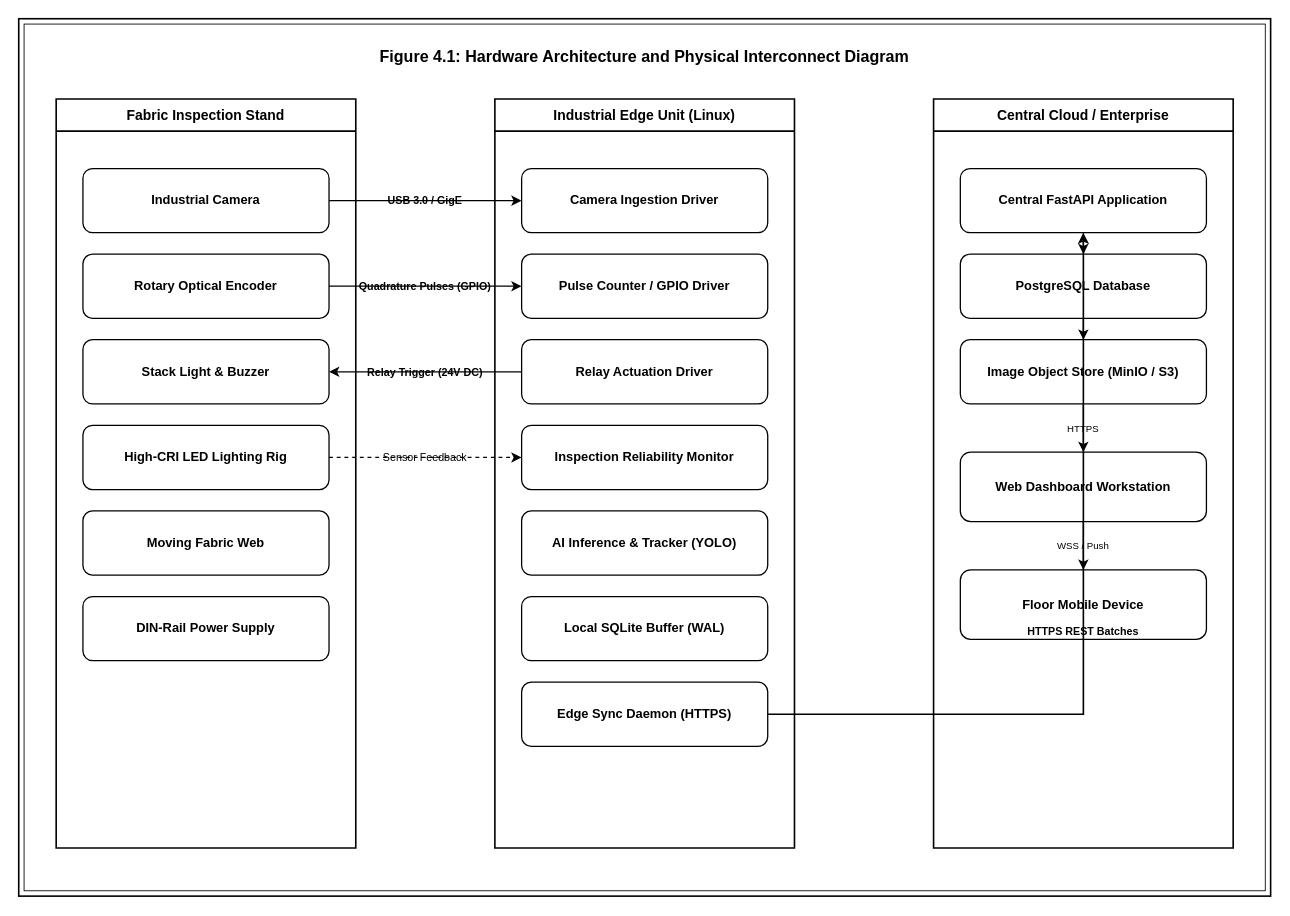
Before: diagrams/drawio/04_hardware_architecture.drawio in TheBilalButt/TexEye-AI-FYP, a draw.io diagram. Source tidied: cells renumbered, new cells numbered last; positions are measured from the earlier drawing's top-left corner, leaving out a move shared by most shapes. Both pictures are drawn from the tidied source at 107%, with x=0, y=0 at pixel (18, 18).
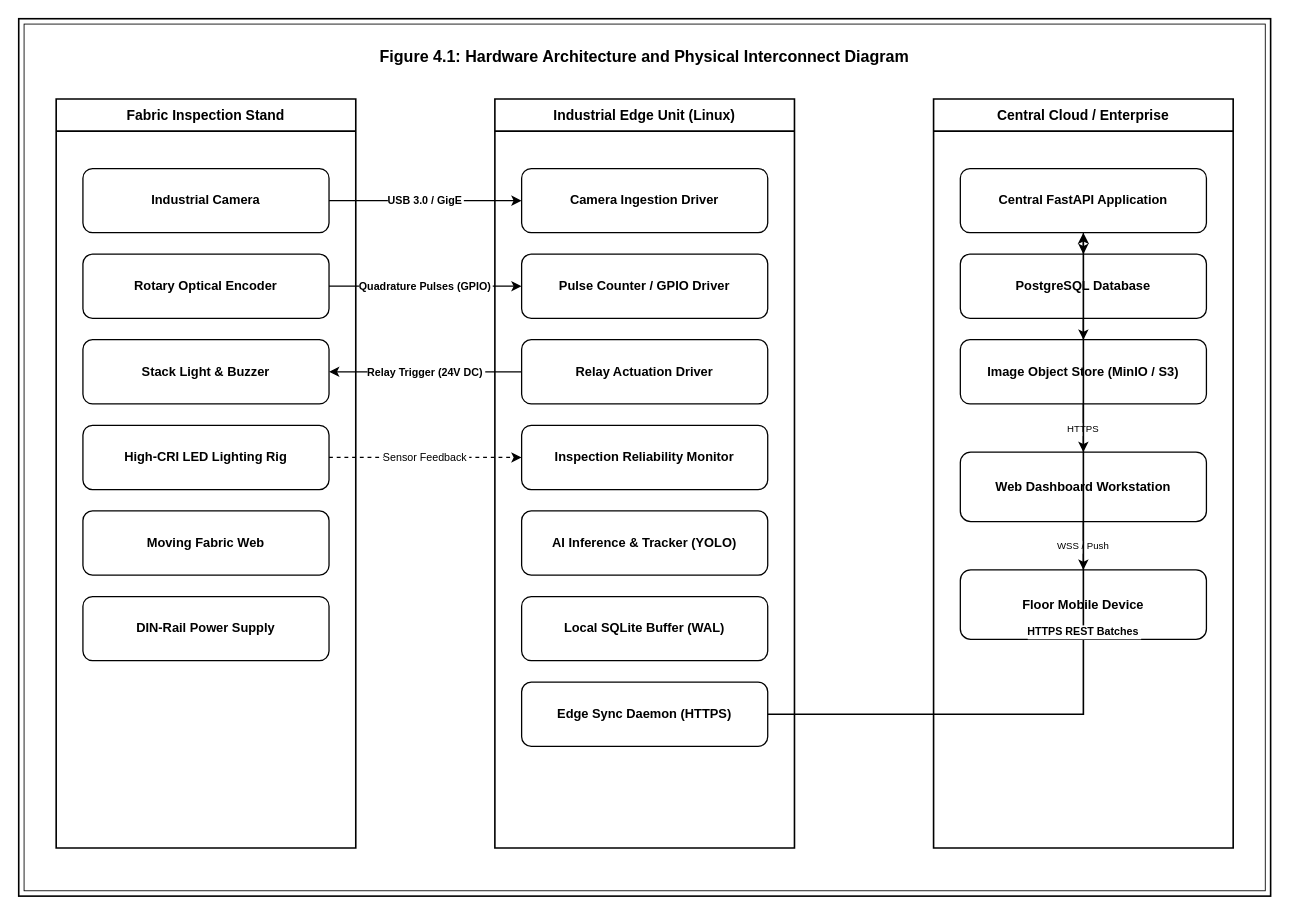
The same page after the edit.

Unchanged cells that the change refers to:
```xml
<mxCell id="6" value="&lt;b&gt;Industrial Camera&lt;/b&gt;" style="rounded=1;whiteSpace=wrap;html=1;fillColor=#ffffff;strokeColor=#000000;strokeWidth=1.2;fontSize=12;fontColor=#000000;" parent="5" vertex="1">
  <mxGeometry x="25" y="65" width="230" height="60" as="geometry" />
</mxCell>
<mxCell id="7" value="&lt;b&gt;Rotary Optical Encoder&lt;/b&gt;" style="rounded=1;whiteSpace=wrap;html=1;fillColor=#ffffff;strokeColor=#000000;strokeWidth=1.2;fontSize=12;fontColor=#000000;" parent="5" vertex="1">
  <mxGeometry x="25" y="145" width="230" height="60" as="geometry" />
</mxCell>
<mxCell id="8" value="&lt;b&gt;Stack Light &amp;amp; Buzzer&lt;/b&gt;" style="rounded=1;whiteSpace=wrap;html=1;fillColor=#ffffff;strokeColor=#000000;strokeWidth=1.2;fontSize=12;fontColor=#000000;" parent="5" vertex="1">
  <mxGeometry x="25" y="225" width="230" height="60" as="geometry" />
</mxCell>
<mxCell id="9" value="&lt;b&gt;High-CRI LED Lighting Rig&lt;/b&gt;" style="rounded=1;whiteSpace=wrap;html=1;fillColor=#ffffff;strokeColor=#000000;strokeWidth=1.2;fontSize=12;fontColor=#000000;" parent="5" vertex="1">
  <mxGeometry x="25" y="305" width="230" height="60" as="geometry" />
</mxCell>
<mxCell id="13" value="&lt;b&gt;Camera Ingestion Driver&lt;/b&gt;" style="rounded=1;whiteSpace=wrap;html=1;fillColor=#ffffff;strokeColor=#000000;strokeWidth=1.2;fontSize=12;fontColor=#000000;" parent="12" vertex="1">
  <mxGeometry x="25" y="65" width="230" height="60" as="geometry" />
</mxCell>
<mxCell id="14" value="&lt;b&gt;Pulse Counter / GPIO Driver&lt;/b&gt;" style="rounded=1;whiteSpace=wrap;html=1;fillColor=#ffffff;strokeColor=#000000;strokeWidth=1.2;fontSize=12;fontColor=#000000;" parent="12" vertex="1">
  <mxGeometry x="25" y="145" width="230" height="60" as="geometry" />
</mxCell>
<mxCell id="15" value="&lt;b&gt;Relay Actuation Driver&lt;/b&gt;" style="rounded=1;whiteSpace=wrap;html=1;fillColor=#ffffff;strokeColor=#000000;strokeWidth=1.2;fontSize=12;fontColor=#000000;" parent="12" vertex="1">
  <mxGeometry x="25" y="225" width="230" height="60" as="geometry" />
</mxCell>
<mxCell id="16" value="&lt;b&gt;Inspection Reliability Monitor&lt;/b&gt;" style="rounded=1;whiteSpace=wrap;html=1;fillColor=#ffffff;strokeColor=#000000;strokeWidth=1.2;fontSize=12;fontColor=#000000;" parent="12" vertex="1">
  <mxGeometry x="25" y="305" width="230" height="60" as="geometry" />
</mxCell>
<mxCell id="19" value="&lt;b&gt;Edge Sync Daemon (HTTPS)&lt;/b&gt;" style="rounded=1;whiteSpace=wrap;html=1;fillColor=#ffffff;strokeColor=#000000;strokeWidth=1.2;fontSize=12;fontColor=#000000;" parent="12" vertex="1">
  <mxGeometry x="25" y="545" width="230" height="60" as="geometry" />
</mxCell>
<mxCell id="20" value="&lt;b&gt;Central Cloud / Enterprise&lt;/b&gt;" style="swimlane;whiteSpace=wrap;html=1;fillColor=#ffffff;strokeColor=#000000;strokeWidth=1.5;fontSize=13;fontColor=#000000;startSize=30;" parent="1" vertex="1">
  <mxGeometry x="855" y="75" width="280" height="700" as="geometry" />
</mxCell>
<mxCell id="21" value="&lt;b&gt;Central FastAPI Application&lt;/b&gt;" style="rounded=1;whiteSpace=wrap;html=1;fillColor=#ffffff;strokeColor=#000000;strokeWidth=1.2;fontSize=12;fontColor=#000000;" parent="20" vertex="1">
  <mxGeometry x="25" y="65" width="230" height="60" as="geometry" />
</mxCell>
<mxCell id="23" value="&lt;b&gt;Image Object Store (MinIO / S3)&lt;/b&gt;" style="rounded=1;whiteSpace=wrap;html=1;fillColor=#ffffff;strokeColor=#000000;strokeWidth=1.2;fontSize=12;fontColor=#000000;" parent="20" vertex="1">
  <mxGeometry x="25" y="225" width="230" height="60" as="geometry" />
</mxCell>
<mxCell id="24" value="&lt;b&gt;Web Dashboard Workstation&lt;/b&gt;" style="rounded=1;whiteSpace=wrap;html=1;fillColor=#ffffff;strokeColor=#000000;strokeWidth=1.2;fontSize=12;fontColor=#000000;" parent="20" vertex="1">
  <mxGeometry x="25" y="330" width="230" height="65" as="geometry" />
</mxCell>
<mxCell id="25" value="&lt;b&gt;Floor Mobile Device&lt;/b&gt;" style="rounded=1;whiteSpace=wrap;html=1;fillColor=#ffffff;strokeColor=#000000;strokeWidth=1.2;fontSize=12;fontColor=#000000;" parent="20" vertex="1">
  <mxGeometry x="25" y="440" width="230" height="65" as="geometry" />
</mxCell>
```

What changed in the source:
```diff
@@
-    <mxCell id="26" value="USB 3.0 / GigE" style="edgeStyle=orthogonalEdgeStyle;rounded=0;strokeColor=#000000;strokeWidth=1.2;fontSize=10;fontStyle=1;fontColor=#000000;labelBackgroundColor=none;" parent="1" edge="1" source="6" target="13">
+    <mxCell id="26" value="USB 3.0 / GigE" style="edgeStyle=orthogonalEdgeStyle;rounded=0;strokeColor=#000000;strokeWidth=1.2;fontSize=10;fontStyle=1;fontColor=#000000;labelBackgroundColor=#ffffff;" parent="1" edge="1" source="6" target="13">
       <mxGeometry relative="1" as="geometry" />
     </mxCell>
-    <mxCell id="27" value="Quadrature Pulses (GPIO)" style="edgeStyle=orthogonalEdgeStyle;rounded=0;strokeColor=#000000;strokeWidth=1.2;fontSize=10;fontStyle=1;fontColor=#000000;labelBackgroundColor=none;" parent="1" edge="1" source="7" target="14">
+    <mxCell id="27" value="Quadrature Pulses (GPIO)" style="edgeStyle=orthogonalEdgeStyle;rounded=0;strokeColor=#000000;strokeWidth=1.2;fontSize=10;fontStyle=1;fontColor=#000000;labelBackgroundColor=#ffffff;" parent="1" edge="1" source="7" target="14">
       <mxGeometry relative="1" as="geometry" />
     </mxCell>
-    <mxCell id="28" value="Relay Trigger (24V DC)" style="edgeStyle=orthogonalEdgeStyle;rounded=0;strokeColor=#000000;strokeWidth=1.2;fontSize=10;fontStyle=1;fontColor=#000000;labelBackgroundColor=none;" parent="1" edge="1" source="15" target="8">
+    <mxCell id="28" value="Relay Trigger (24V DC)" style="edgeStyle=orthogonalEdgeStyle;rounded=0;strokeColor=#000000;strokeWidth=1.2;fontSize=10;fontStyle=1;fontColor=#000000;labelBackgroundColor=#ffffff;" parent="1" edge="1" source="15" target="8">
       <mxGeometry relative="1" as="geometry" />
     </mxCell>
-    <mxCell id="29" value="Sensor Feedback" style="edgeStyle=orthogonalEdgeStyle;rounded=0;dashed=1;strokeColor=#000000;strokeWidth=1.2;fontSize=10;fontColor=#000000;labelBackgroundColor=none;" parent="1" edge="1" source="9" target="16">
+    <mxCell id="29" value="Sensor Feedback" style="edgeStyle=orthogonalEdgeStyle;rounded=0;dashed=1;strokeColor=#000000;strokeWidth=1.2;fontSize=10;fontColor=#000000;labelBackgroundColor=#ffffff;" parent="1" edge="1" source="9" target="16">
       <mxGeometry relative="1" as="geometry" />
     </mxCell>
-    <mxCell id="30" value="HTTPS REST Batches" style="edgeStyle=orthogonalEdgeStyle;rounded=0;strokeColor=#000000;strokeWidth=1.5;fontSize=10;fontStyle=1;fontColor=#000000;labelBackgroundColor=none;" parent="1" edge="1" source="19" target="21">
+    <mxCell id="30" value="HTTPS REST Batches" style="edgeStyle=orthogonalEdgeStyle;rounded=0;strokeColor=#000000;strokeWidth=1.5;fontSize=10;fontStyle=1;fontColor=#000000;labelBackgroundColor=#ffffff;" parent="1" edge="1" source="19" target="21">
       <mxGeometry relative="1" as="geometry" />
     </mxCell>
@@
-    <mxCell id="33" value="HTTPS" style="edgeStyle=orthogonalEdgeStyle;rounded=0;strokeColor=#000000;strokeWidth=1.2;fontSize=9;fontColor=#000000;labelBackgroundColor=none;" parent="20" edge="1" source="23" target="24">
+    <mxCell id="33" value="HTTPS" style="edgeStyle=orthogonalEdgeStyle;rounded=0;strokeColor=#000000;strokeWidth=1.2;fontSize=9;fontColor=#000000;labelBackgroundColor=#ffffff;" parent="20" edge="1" source="23" target="24">
       <mxGeometry relative="1" as="geometry" />
     </mxCell>
-    <mxCell id="34" value="WSS / Push" style="edgeStyle=orthogonalEdgeStyle;rounded=0;strokeColor=#000000;strokeWidth=1.2;fontSize=9;fontColor=#000000;labelBackgroundColor=none;" parent="20" edge="1" source="24" target="25">
+    <mxCell id="34" value="WSS / Push" style="edgeStyle=orthogonalEdgeStyle;rounded=0;strokeColor=#000000;strokeWidth=1.2;fontSize=9;fontColor=#000000;labelBackgroundColor=#ffffff;" parent="20" edge="1" source="24" target="25">
       <mxGeometry relative="1" as="geometry" />
     </mxCell>
```
